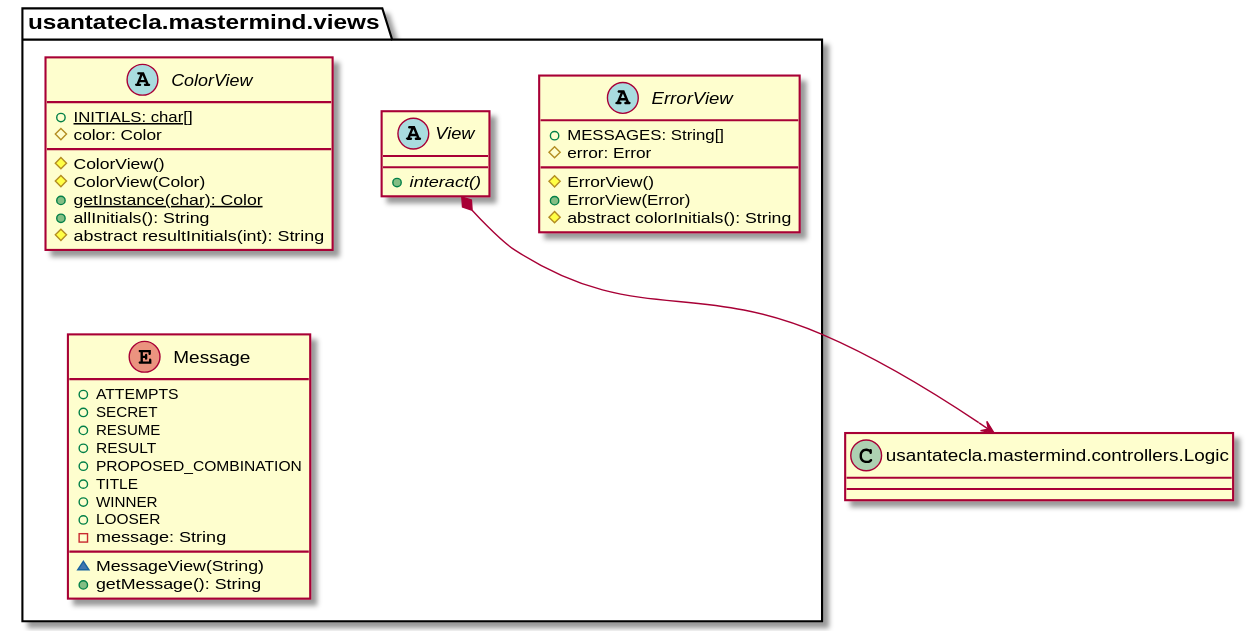
Before: modelViewPresenter/presentationModel/withDoubleDispatching/docs/diagrams/out/paquetes/usantatecla.mastermind.views.svg, a diagram exported from PlantUML (SantaTecla-mastermind/solution.java.swing.socket.sql). Its diagram source:
```plantuml
@startuml
abstract class  usantatecla.mastermind.views.ColorView{
+ {static} INITIALS: char[]
# color: Color
# ColorView()
# ColorView(Color)
+ {static} getInstance(char): Color
+ allInitials(): String
# abstract resultInitials(int): String
}

abstract class  usantatecla.mastermind.views.ErrorView{
+ MESSAGES: String[]
# error: Error
# ErrorView()
+ ErrorView(Error)
# abstract colorInitials(): String
}

 enum  usantatecla.mastermind.views.Message{
+ ATTEMPTS
+ SECRET
+ RESUME
+ RESULT
+ PROPOSED_COMBINATION
+ TITLE
+ WINNER
+ LOOSER
- message: String
~ MessageView(String)
+ getMessage(): String
}

abstract class  usantatecla.mastermind.views.View{
+ {abstract} interact()
}
class Logic as "usantatecla.mastermind.controllers.Logic" {


}
usantatecla.mastermind.views.View *-down-> Logic
@enduml
```
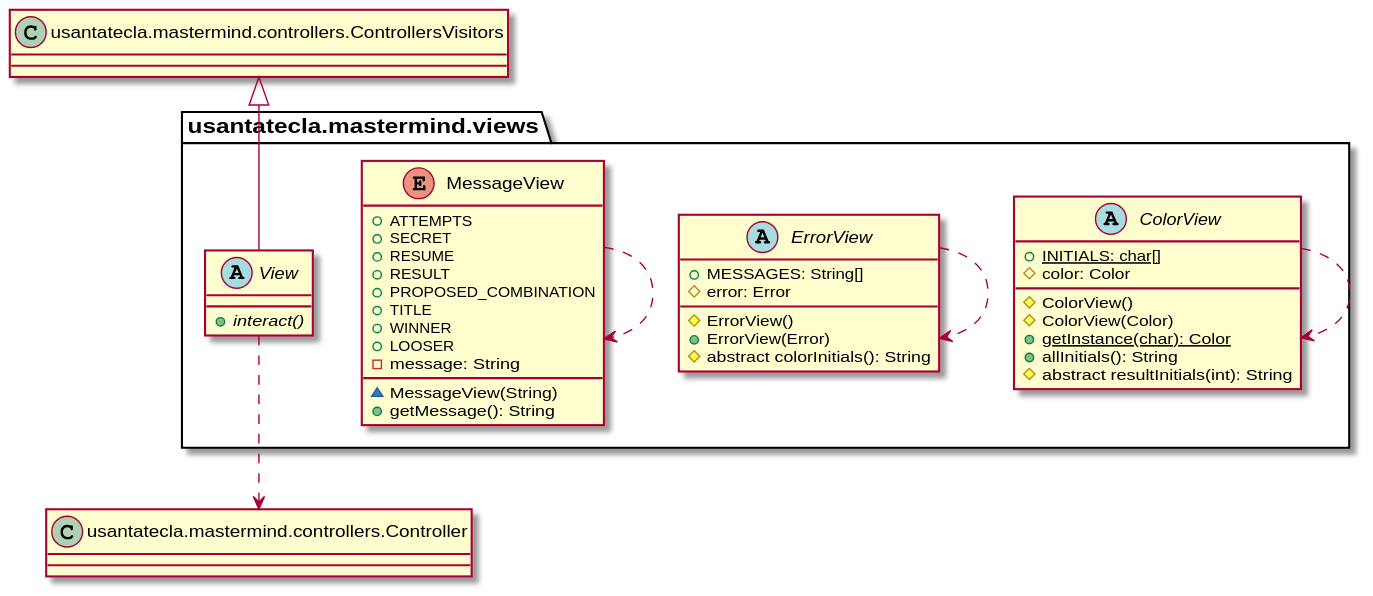
Later version of the same file.

The edit, as a diff of the source:
```diff
@@ -17,7 +17,7 @@
 # abstract colorInitials(): String
 }
 
- enum  usantatecla.mastermind.views.Message{
+ enum  usantatecla.mastermind.views.MessageView{
 + ATTEMPTS
 + SECRET
 + RESUME
@@ -34,9 +34,19 @@
 abstract class  usantatecla.mastermind.views.View{
 + {abstract} interact()
 }
-class Logic as "usantatecla.mastermind.controllers.Logic" {
+class ControllersVisitors as "usantatecla.mastermind.controllers.ControllersVisitors" {
 
 
 }
-usantatecla.mastermind.views.View *-down-> Logic
+
+class Controller as "usantatecla.mastermind.controllers.Controller" {
+
+
+}
+
+ControllersVisitors <|-down- usantatecla.mastermind.views.View
+usantatecla.mastermind.views.View ..> Controller
+usantatecla.mastermind.views.ColorView ..> usantatecla.mastermind.views.ColorView
+usantatecla.mastermind.views.ErrorView ..> usantatecla.mastermind.views.ErrorView
+usantatecla.mastermind.views.MessageView ..> usantatecla.mastermind.views.MessageView
 @enduml
```
